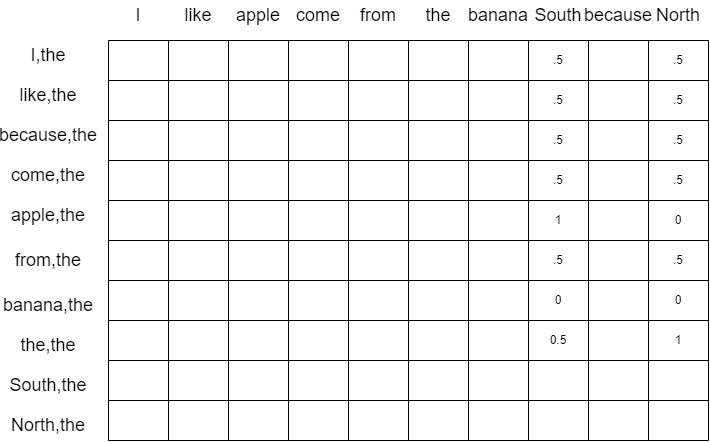
Above: img/pics/example_tra_6.png in geotle77/geotle77.github.io (draw.io), before the change. Source tidied: cells renumbered, new cells last; positions are measured from the earlier drawing's top-left corner, leaving out a move shared by most shapes.
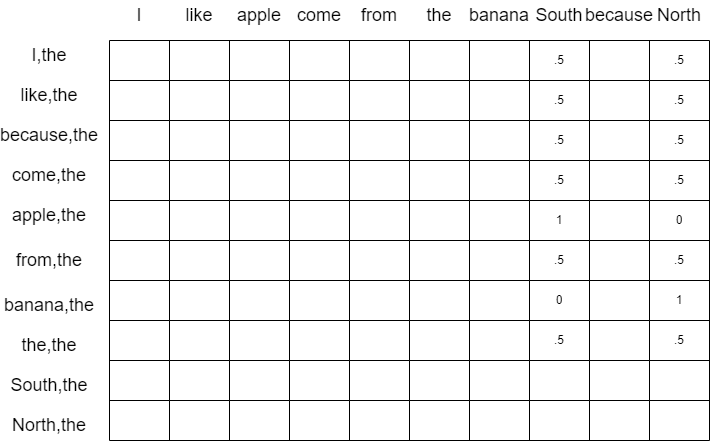
Above is the later version.

What changed in the source:
```diff
@@ -233,7 +233,7 @@
     <mxCell id="78" style="shape=partialRectangle;html=1;whiteSpace=wrap;overflow=hidden;fillColor=none;top=0;left=0;bottom=0;right=0;" parent="69" vertex="1">
       <mxGeometry x="480" width="60" height="40" as="geometry" />
     </mxCell>
-    <mxCell id="79" value="0" style="shape=partialRectangle;html=1;whiteSpace=wrap;overflow=hidden;fillColor=none;top=0;left=0;bottom=0;right=0;" parent="69" vertex="1">
+    <mxCell id="79" value="1" style="shape=partialRectangle;html=1;whiteSpace=wrap;overflow=hidden;fillColor=none;top=0;left=0;bottom=0;right=0;" parent="69" vertex="1">
       <mxGeometry x="540" width="60" height="40" as="geometry" />
     </mxCell>
     <mxCell id="80" style="shape=tableRow;horizontal=0;startSize=0;swimlaneHead=0;swimlaneBody=0;top=0;left=0;bottom=0;right=0;fillColor=none;" parent="2" vertex="1">
@@ -260,13 +260,13 @@
     <mxCell id="87" style="shape=partialRectangle;html=1;whiteSpace=wrap;overflow=hidden;fillColor=none;top=0;left=0;bottom=0;right=0;" parent="80" vertex="1">
       <mxGeometry x="360" width="60" height="40" as="geometry" />
     </mxCell>
-    <mxCell id="88" value="0.5" style="shape=partialRectangle;html=1;whiteSpace=wrap;overflow=hidden;fillColor=none;top=0;left=0;bottom=0;right=0;" parent="80" vertex="1">
+    <mxCell id="88" value=".5" style="shape=partialRectangle;html=1;whiteSpace=wrap;overflow=hidden;fillColor=none;top=0;left=0;bottom=0;right=0;" parent="80" vertex="1">
       <mxGeometry x="420" width="60" height="40" as="geometry" />
     </mxCell>
     <mxCell id="89" style="shape=partialRectangle;html=1;whiteSpace=wrap;overflow=hidden;fillColor=none;top=0;left=0;bottom=0;right=0;" parent="80" vertex="1">
       <mxGeometry x="480" width="60" height="40" as="geometry" />
     </mxCell>
-    <mxCell id="90" value="1" style="shape=partialRectangle;html=1;whiteSpace=wrap;overflow=hidden;fillColor=none;top=0;left=0;bottom=0;right=0;" parent="80" vertex="1">
+    <mxCell id="90" value=".5" style="shape=partialRectangle;html=1;whiteSpace=wrap;overflow=hidden;fillColor=none;top=0;left=0;bottom=0;right=0;" parent="80" vertex="1">
       <mxGeometry x="540" width="60" height="40" as="geometry" />
     </mxCell>
     <mxCell id="91" style="shape=tableRow;horizontal=0;startSize=0;swimlaneHead=0;swimlaneBody=0;top=0;left=0;bottom=0;right=0;fillColor=none;" parent="2" vertex="1">
```
